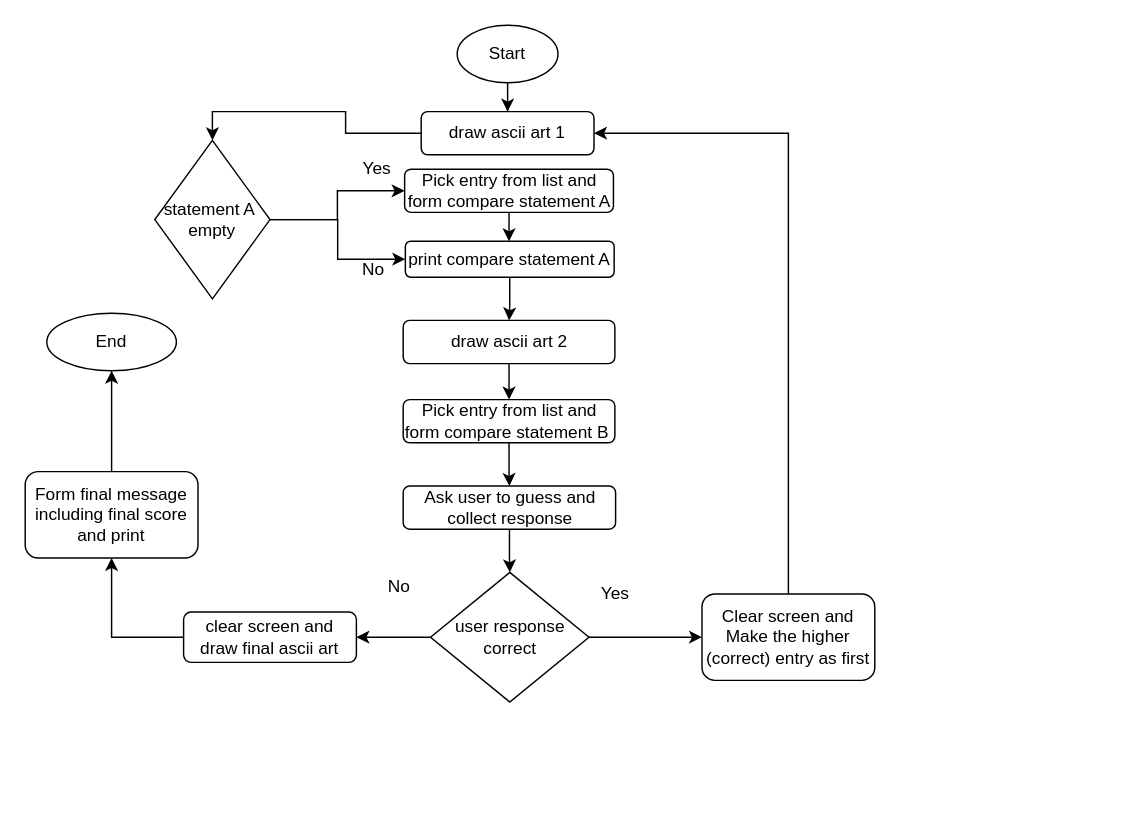
The draw.io diagram higher_lower_game/higher_lower_game_flowchart.drawio in phadkeavani/pythonprojects, before the edit. Source tidied: cells renumbered, new cells numbered last; positions are measured from the earlier drawing's top-left corner, leaving out a move shared by most shapes. Both pictures are drawn from the tidied source at 144%, with x=0, y=0 at pixel (24, 24).
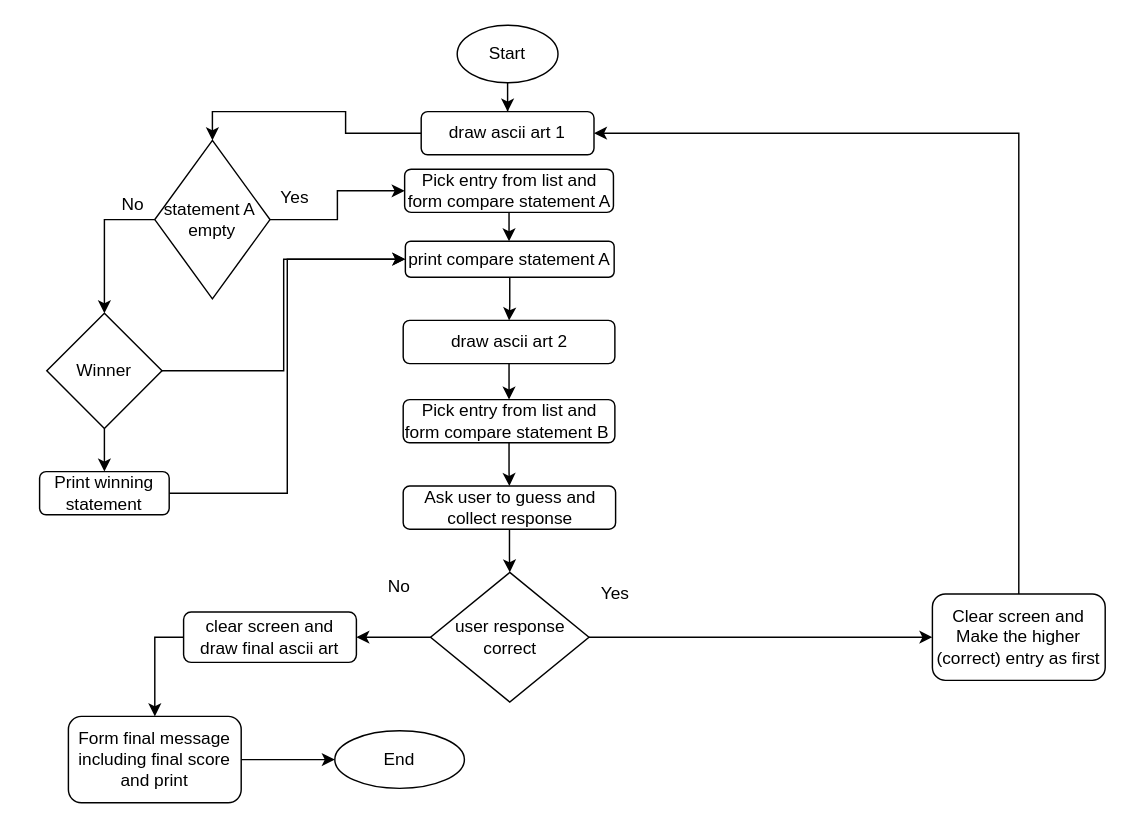
The same diagram, later.

Unchanged cells that the change refers to:
```xml
<mxCell id="28" value="statement A&amp;nbsp; empty" style="rhombus;whiteSpace=wrap;html=1;" parent="1" vertex="1">
  <mxGeometry x="90" y="80" width="80" height="110" as="geometry" />
</mxCell>
<mxCell id="32" value="print compare statement A" style="rounded=1;whiteSpace=wrap;html=1;" parent="1" vertex="1">
  <mxGeometry x="264" y="150" width="145" height="25" as="geometry" />
</mxCell>
```

What changed in the source:
```diff
@@
     <mxCell id="21" value="Form final message including final score and print" style="rounded=1;whiteSpace=wrap;html=1;" parent="1" vertex="1">
-      <mxGeometry y="310" width="120" height="60" as="geometry" />
+      <mxGeometry x="30" y="480" width="120" height="60" as="geometry" />
     </mxCell>
     <mxCell id="22" value="End" style="ellipse;whiteSpace=wrap;html=1;" parent="1" vertex="1">
-      <mxGeometry x="15" y="200" width="90" height="40" as="geometry" />
+      <mxGeometry x="215" y="490" width="90" height="40" as="geometry" />
     </mxCell>
@@
     <mxCell id="24" value="Clear screen and Make the higher (correct) entry as first" style="rounded=1;whiteSpace=wrap;html=1;" parent="1" vertex="1">
-      <mxGeometry x="470" y="395" width="120" height="60" as="geometry" />
+      <mxGeometry x="630" y="395" width="120" height="60" as="geometry" />
     </mxCell>
@@
-    <mxCell id="27" style="edgeStyle=orthogonalEdgeStyle;rounded=0;jettySize=auto;html=1;entryX=0;entryY=0.5;entryDx=0;entryDy=0;" parent="1" edge="1" source="28" target="32">
+    <mxCell id="27" style="edgeStyle=orthogonalEdgeStyle;rounded=0;jettySize=auto;html=1;entryX=0.5;entryY=0;entryDx=0;entryDy=0;exitX=0;exitY=0.5;exitDx=0;exitDy=0;" parent="1" edge="1" source="28" target="35">
       <mxGeometry relative="1" as="geometry" />
     </mxCell>
@@
     <mxCell id="29" value="Yes" style="text;html=1;whiteSpace=wrap;strokeColor=none;fillColor=none;align=center;verticalAlign=middle;rounded=0;" parent="1" vertex="1">
-      <mxGeometry x="226.5" y="90" width="35" height="20" as="geometry" />
+      <mxGeometry x="170" y="110" width="35" height="20" as="geometry" />
     </mxCell>
     <mxCell id="30" value="No" style="text;html=1;whiteSpace=wrap;strokeColor=none;fillColor=none;align=center;verticalAlign=middle;rounded=0;" parent="1" vertex="1">
-      <mxGeometry x="221.5" y="165" width="40" height="10" as="geometry" />
+      <mxGeometry x="55" y="120" width="40" height="10" as="geometry" />
     </mxCell>
@@
+    <mxCell id="33" style="edgeStyle=orthogonalEdgeStyle;rounded=0;jettySize=auto;html=1;" parent="1" edge="1" source="35" target="37">
+      <mxGeometry relative="1" as="geometry" />
+    </mxCell>
+    <mxCell id="34" style="edgeStyle=orthogonalEdgeStyle;rounded=0;jettySize=auto;html=1;exitX=1;exitY=0.5;exitDx=0;exitDy=0;entryX=0;entryY=0.5;entryDx=0;entryDy=0;" parent="1" edge="1" source="35" target="32">
+      <mxGeometry relative="1" as="geometry" />
+    </mxCell>
+    <mxCell id="35" value="Winner" style="rhombus;whiteSpace=wrap;html=1;" parent="1" vertex="1">
+      <mxGeometry x="15" y="200" width="80" height="80" as="geometry" />
+    </mxCell>
+    <mxCell id="36" style="edgeStyle=orthogonalEdgeStyle;rounded=0;jettySize=auto;html=1;exitX=1;exitY=0.5;exitDx=0;exitDy=0;entryX=0;entryY=0.5;entryDx=0;entryDy=0;" parent="1" edge="1" source="37" target="32">
+      <mxGeometry relative="1" as="geometry" />
+    </mxCell>
+    <mxCell id="37" value="Print winning statement" style="rounded=1;whiteSpace=wrap;html=1;" parent="1" vertex="1">
+      <mxGeometry x="10" y="310" width="90" height="30" as="geometry" />
+    </mxCell>
```
